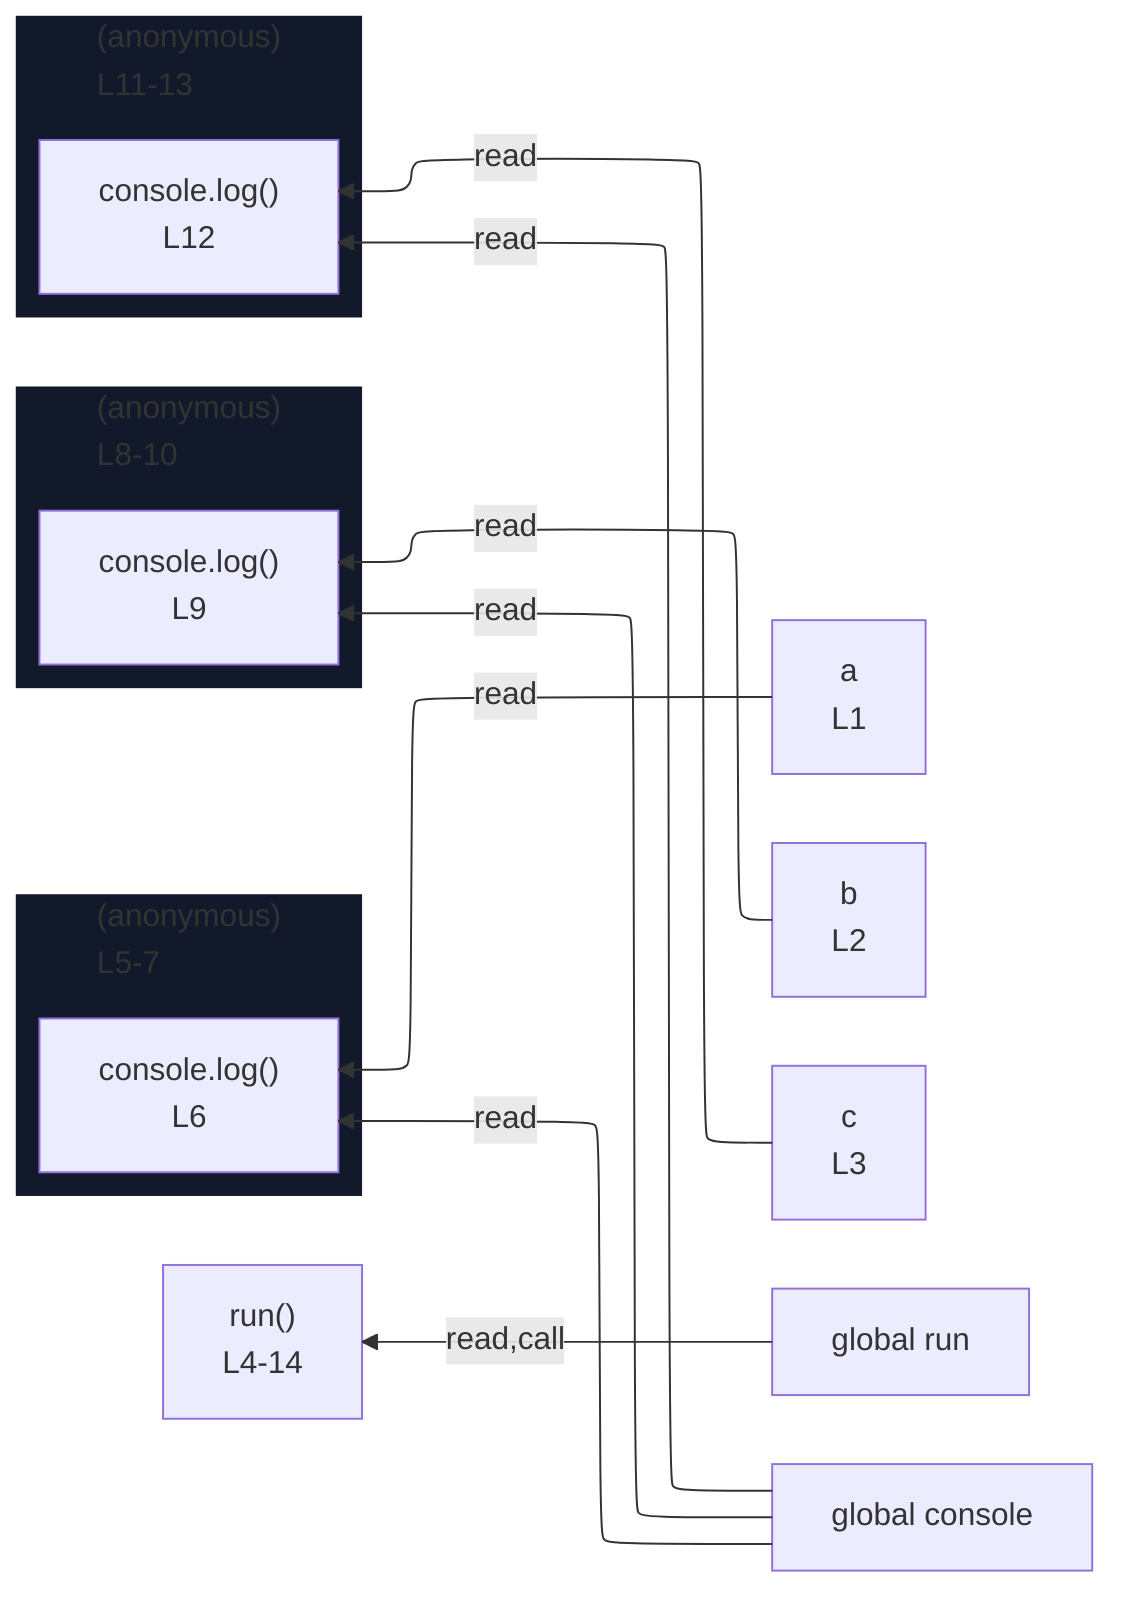
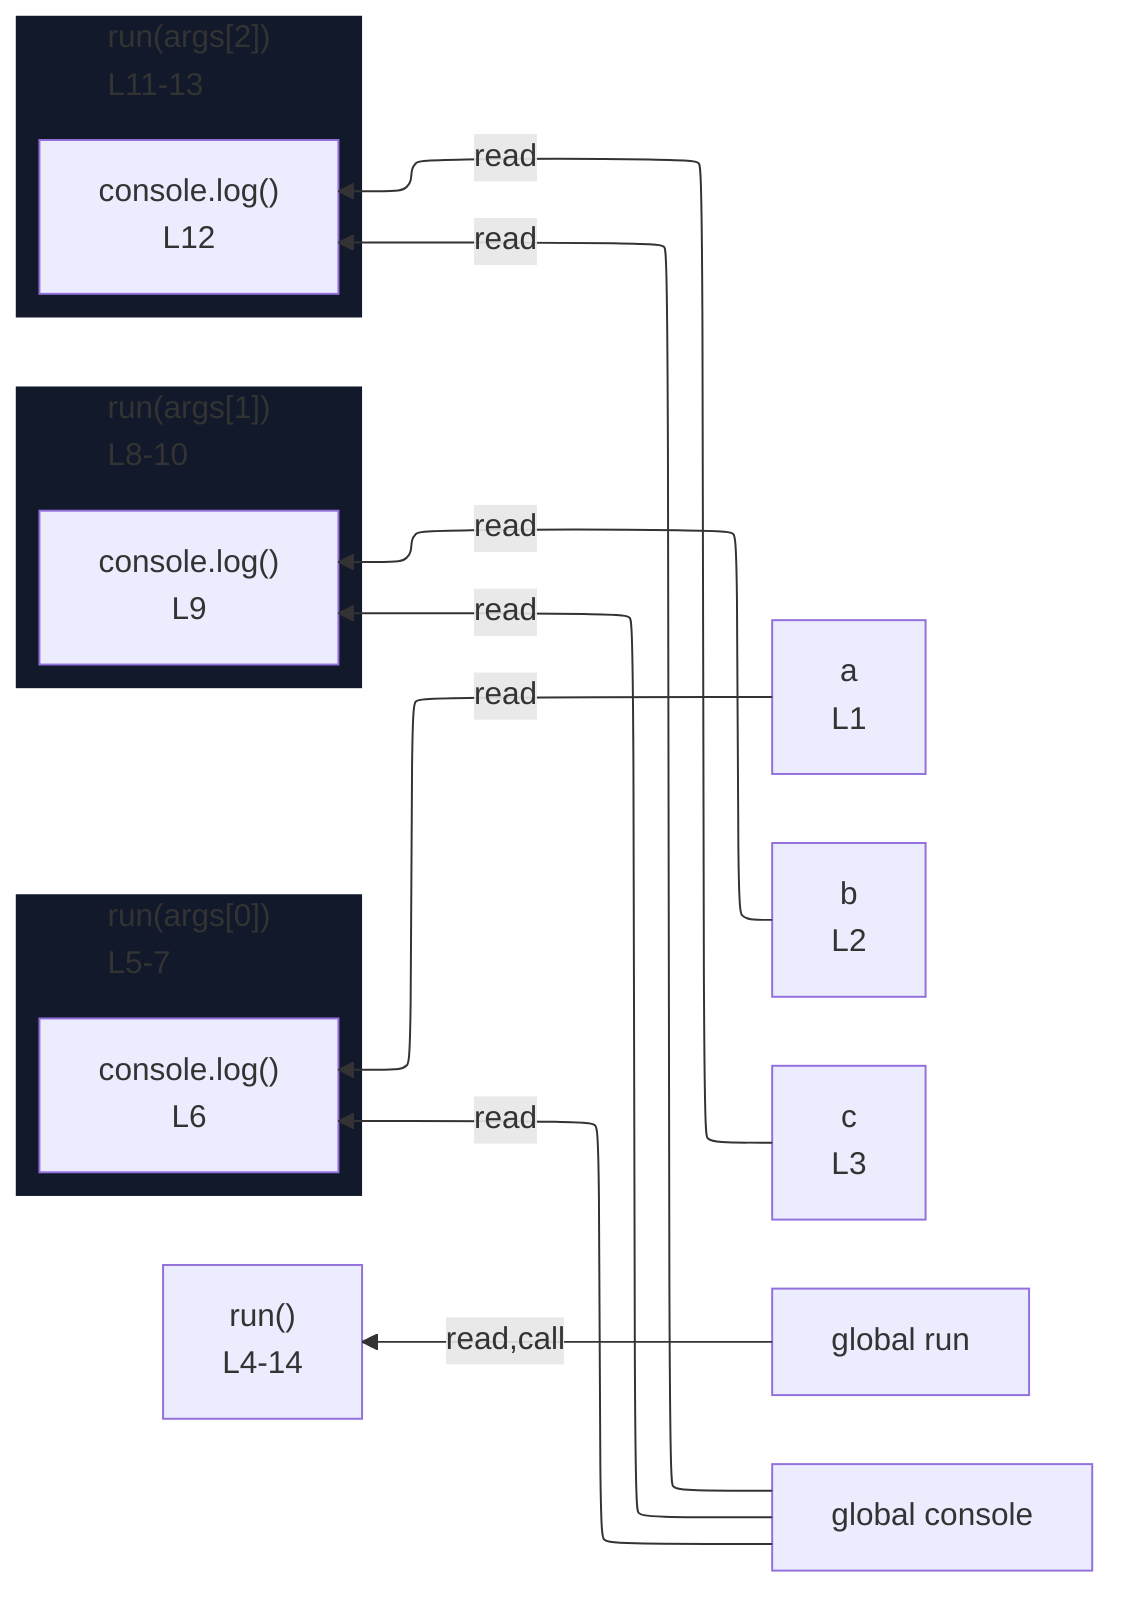
%%{init: {"flowchart": {"defaultRenderer": "elk"}}}%%
flowchart RL
  n_scope_0_a_6["a<br/>L1"]
  n_scope_0_b_19["b<br/>L2"]
  n_scope_0_c_32["c<br/>L3"]
  n_scope_0_run_39["global run"]
  n_scope_0_console_58["global console"]
-   subgraph s_scope_1["(anonymous)<br/>L5-7"]
+   subgraph s_scope_1["run(args[0])<br/>L5-7"]
    direction RL
    expr_stmt_58["console.log()<br/>L6"]
  end
-   subgraph s_scope_2["(anonymous)<br/>L8-10"]
+   subgraph s_scope_2["run(args[1])<br/>L8-10"]
    direction RL
    expr_stmt_93["console.log()<br/>L9"]
  end
-   subgraph s_scope_3["(anonymous)<br/>L11-13"]
+   subgraph s_scope_3["run(args[2])<br/>L11-13"]
    direction RL
    expr_stmt_128["console.log()<br/>L12"]
  end
  n_scope_0_run_39 -->|read,call| expr_stmt_39
  n_scope_0_console_58 -->|read| expr_stmt_58
  n_scope_0_a_6 -->|read| expr_stmt_58
  n_scope_0_console_58 -->|read| expr_stmt_93
  n_scope_0_b_19 -->|read| expr_stmt_93
  n_scope_0_console_58 -->|read| expr_stmt_128
  n_scope_0_c_32 -->|read| expr_stmt_128
  expr_stmt_39["run()<br/>L4-14"]
  classDef nestL1 fill:#11192a,stroke:transparent;
  class s_scope_1 nestL1;
  class s_scope_2 nestL1;
  class s_scope_3 nestL1;
